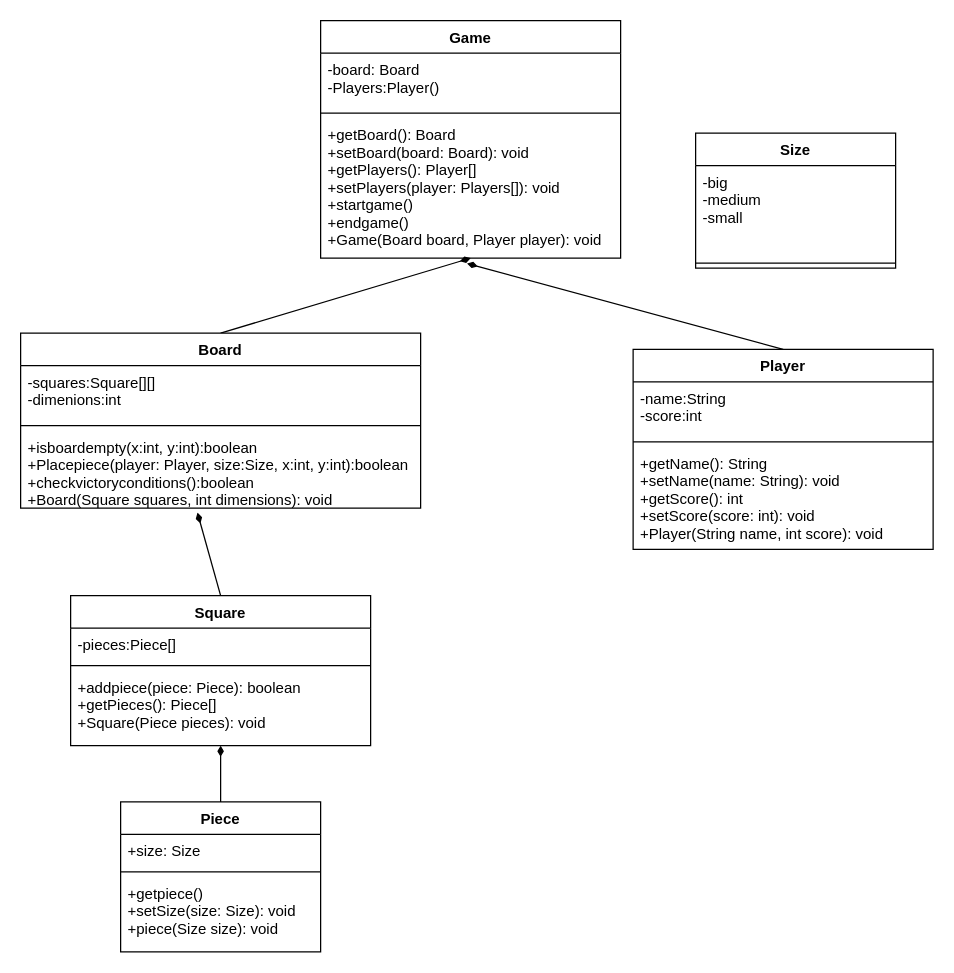
Earlier version of the draw.io diagram Week7/Inheritance_concepts/src/project/project t2.drawio (Julian-Florez/OOP-Project). Source tidied: cells renumbered, new cells numbered last; positions are measured from the earlier drawing's top-left corner, leaving out a move shared by most shapes. Both pictures are drawn from the tidied source at 125%, with x=0, y=0 at pixel (20, 20).
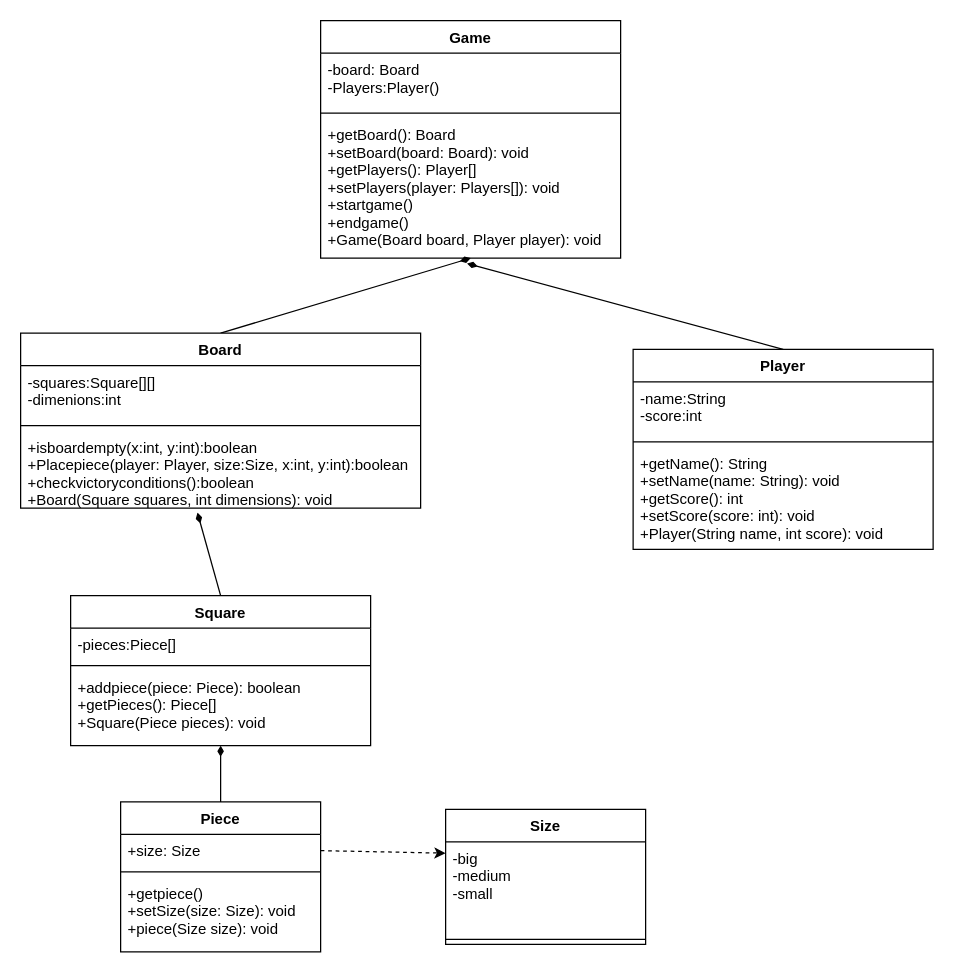
Above is the later version.

The change refers to these unchanged cells:
```xml
<mxCell id="23" value="+size: Size" style="text;strokeColor=none;fillColor=none;align=left;verticalAlign=top;spacingLeft=4;spacingRight=4;overflow=hidden;points=[[0,0.5],[1,0.5]];portConstraint=eastwest;" parent="22" vertex="1">
  <mxGeometry y="26" width="160" height="26" as="geometry" />
</mxCell>
<mxCell id="27" value="-big&#10;-medium&#10;-small" style="text;strokeColor=none;fillColor=none;align=left;verticalAlign=top;spacingLeft=4;spacingRight=4;overflow=hidden;points=[[0,0.5],[1,0.5]];portConstraint=eastwest;" parent="26" vertex="1">
  <mxGeometry y="26" width="160" height="74" as="geometry" />
</mxCell>
```

Change to the diagram source:
```diff
@@
     <mxCell id="26" value="Size" style="swimlane;fontStyle=1;align=center;verticalAlign=top;horizontal=1;startSize=26;" parent="1" vertex="1">
-      <mxGeometry x="540" y="90" width="160" height="108" as="geometry" />
+      <mxGeometry x="340" y="631" width="160" height="108" as="geometry" />
     </mxCell>
@@
+    <mxCell id="29" style="edgeStyle=none;html=1;entryX=0;entryY=0.122;entryDx=0;entryDy=0;dashed=1;entryPerimeter=0;exitX=1;exitY=0.5;exitDx=0;exitDy=0;" parent="1" edge="1" source="23" target="27">
+      <mxGeometry relative="1" as="geometry" />
+    </mxCell>
```
